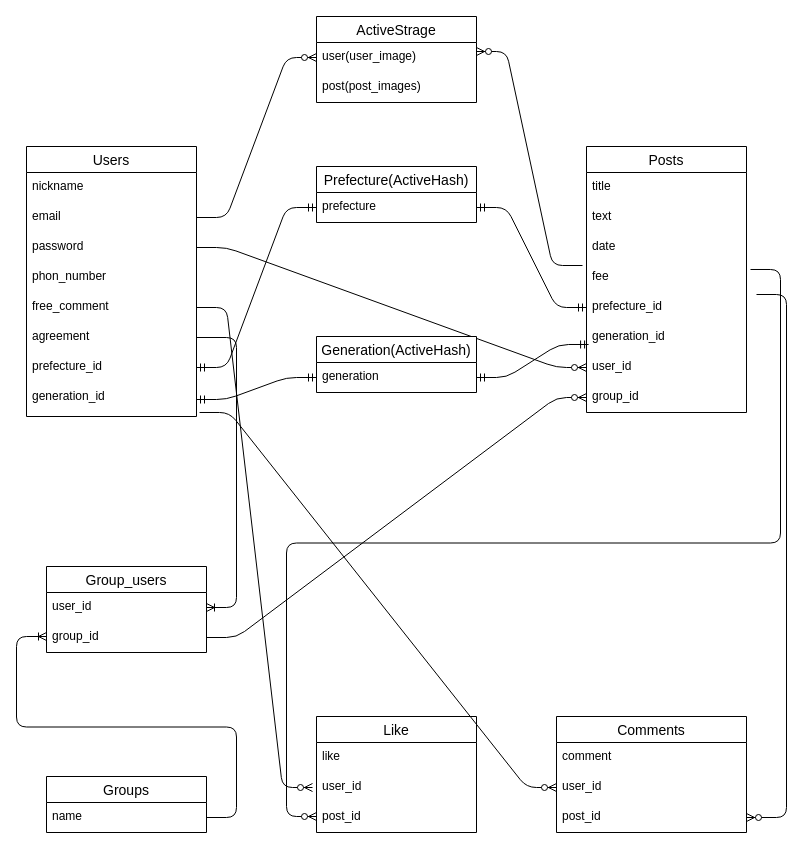
This is er-drowing.dio from Shun-Hoso/jimokara_app, a draw.io file, before an edit. Source tidied: cells renumbered, new cells numbered last; positions are measured from the earlier drawing's top-left corner, leaving out a move shared by most shapes. Both pictures are drawn from the tidied source at 100%, with x=0, y=0 at pixel (26, 16).
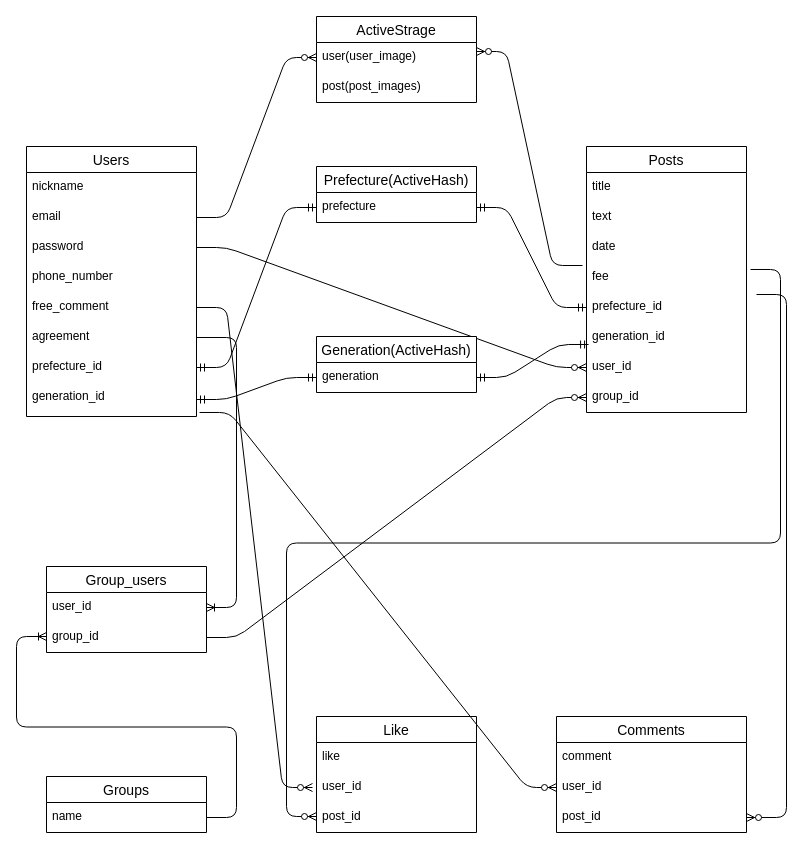
Above is the later version.

The change refers to these unchanged cells:
```xml
<mxCell id="2" value="Users" style="swimlane;fontStyle=0;horizontal=1;startSize=26;align=center;fontSize=14;" parent="1" vertex="1">
  <mxGeometry y="130" width="170" height="270" as="geometry" />
</mxCell>
```

The edit, as a diff of the source:
```diff
@@
-    <mxCell id="6" value="phon_number&#10;" style="text;strokeColor=none;fillColor=none;spacingLeft=4;spacingRight=4;overflow=hidden;fontSize=12;" parent="2" vertex="1">
+    <mxCell id="6" value="phone_number&#10;" style="text;strokeColor=none;fillColor=none;spacingLeft=4;spacingRight=4;overflow=hidden;fontSize=12;" parent="2" vertex="1">
       <mxGeometry y="116" width="170" height="30" as="geometry" />
     </mxCell>
```
